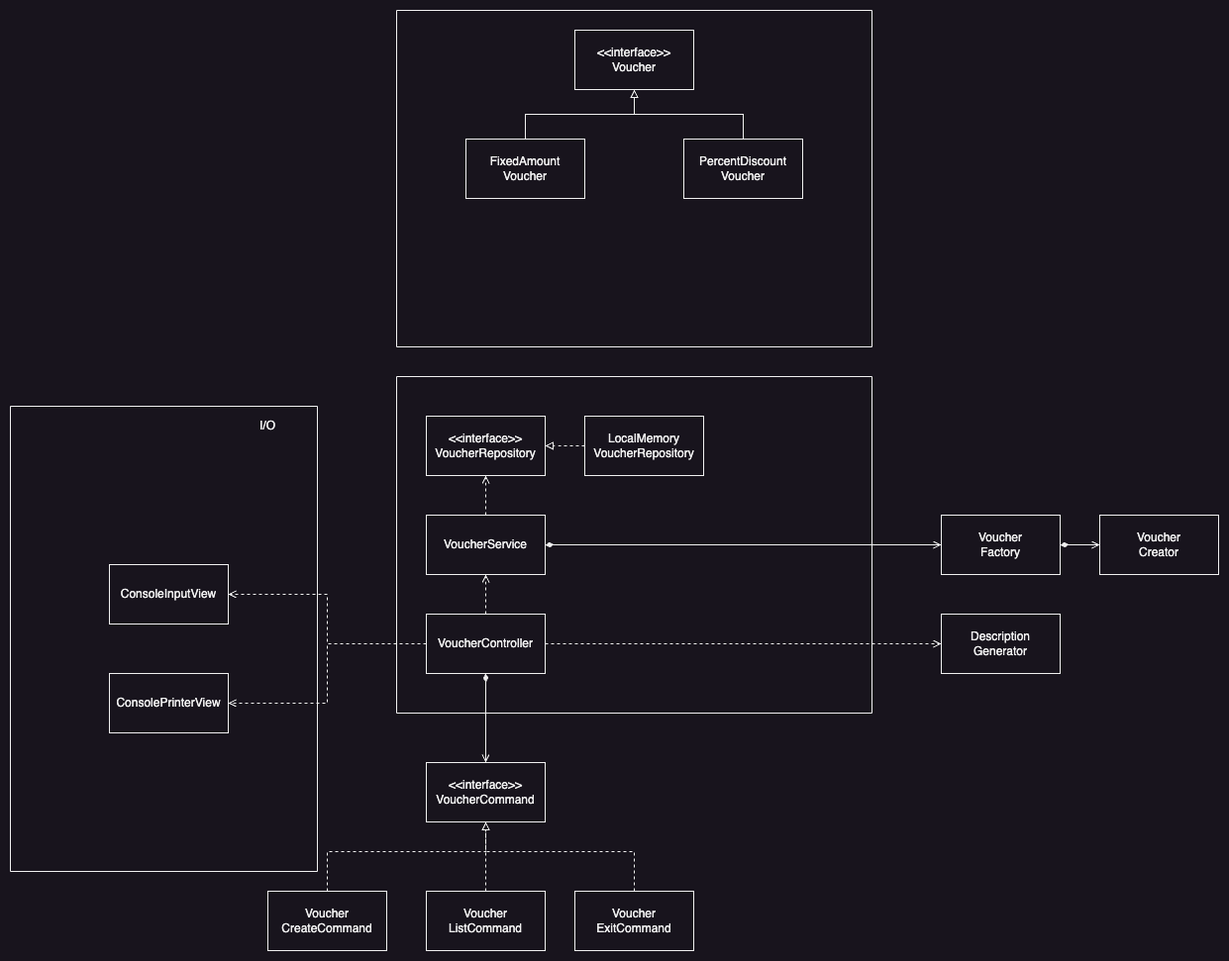
prgrms-be-devcourse/springboot-basic keeps this draw.io diagram as voucher-manager/doc/바우처_관리_설계도.png. Above is the earlier version. Source tidied: cells renumbered, new cells last; positions are measured from the earlier drawing's top-left corner, leaving out a move shared by most shapes.
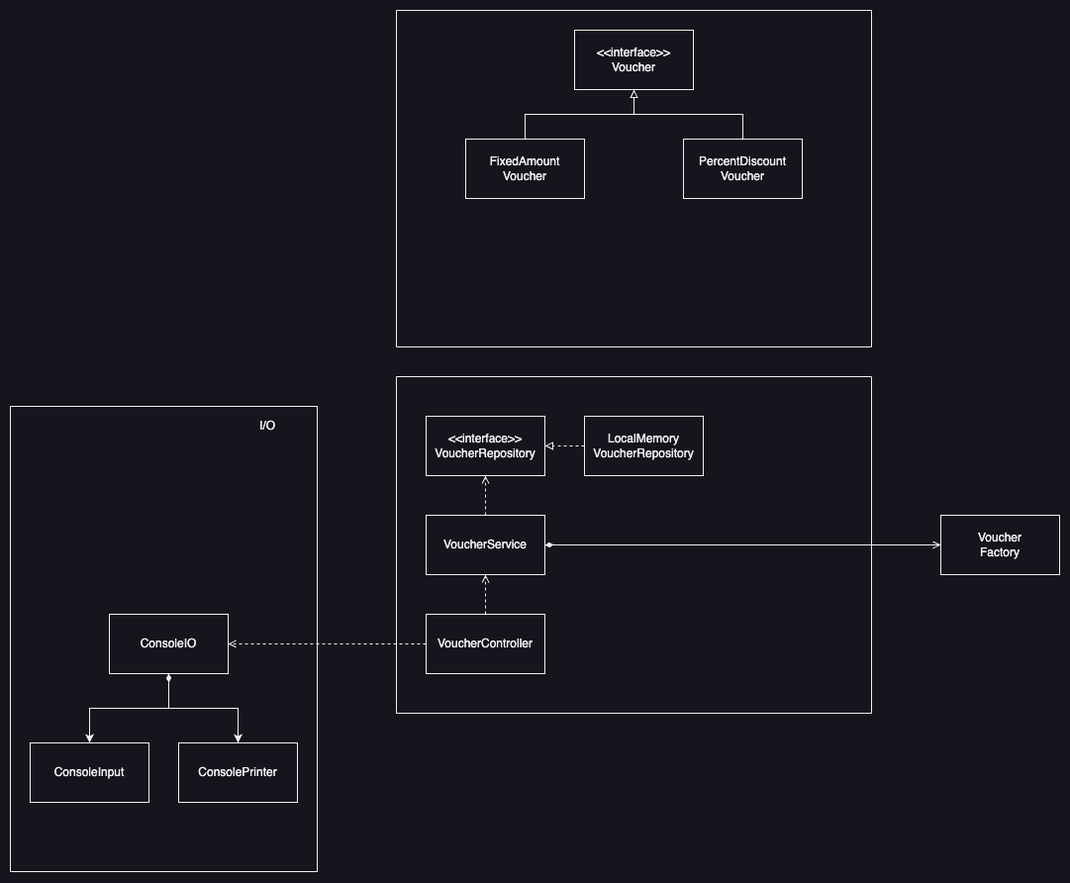
After the change.

Commit message:
doc: 수정된 설계 구조를 설계도에 반영

The edit, as a diff of the source:
```diff
@@ -5,20 +5,9 @@
     <mxCell id="2" style="edgeStyle=orthogonalEdgeStyle;rounded=0;jettySize=auto;html=1;dashed=1;strokeWidth=1;endArrow=open;endFill=0;" parent="1" edge="1" source="7" target="10">
       <mxGeometry relative="1" as="geometry" />
     </mxCell>
-    <mxCell id="3" style="edgeStyle=orthogonalEdgeStyle;rounded=0;jettySize=auto;html=1;startArrow=none;startFill=0;endArrow=open;endFill=0;dashed=1;" parent="1" edge="1" source="7">
-      <mxGeometry relative="1" as="geometry">
-        <mxPoint x="940" y="640" as="targetPoint" />
-      </mxGeometry>
-    </mxCell>
-    <mxCell id="4" style="edgeStyle=orthogonalEdgeStyle;rounded=0;jettySize=auto;html=1;endArrow=open;endFill=0;startArrow=diamondThin;startFill=1;" parent="1" edge="1" source="7" target="34">
-      <mxGeometry relative="1" as="geometry" />
-    </mxCell>
-    <mxCell id="5" style="edgeStyle=orthogonalEdgeStyle;rounded=0;jettySize=auto;html=1;entryX=1;entryY=0.5;entryDx=0;entryDy=0;endArrow=open;endFill=0;dashed=1;" parent="1" edge="1" source="7" target="41">
-      <mxGeometry relative="1" as="geometry" />
-    </mxCell>
-    <mxCell id="6" style="edgeStyle=orthogonalEdgeStyle;rounded=0;jettySize=auto;html=1;entryX=1;entryY=0.5;entryDx=0;entryDy=0;endArrow=open;endFill=0;dashed=1;" parent="1" edge="1" source="7" target="42">
-      <mxGeometry relative="1" as="geometry" />
-    </mxCell>
+    <mxCell id="46" style="edgeStyle=orthogonalEdgeStyle;rounded=0;jettySize=auto;html=1;entryX=1;entryY=0.5;entryDx=0;entryDy=0;endArrow=open;endFill=0;dashed=1;" parent="1" edge="1" source="7" target="49">
+      <mxGeometry relative="1" as="geometry" />
+    </mxCell>
     <mxCell id="7" value="VoucherController" style="rounded=0;whiteSpace=wrap;html=1;" parent="1" vertex="1">
       <mxGeometry x="420" y="610" width="120" height="60" as="geometry" />
     </mxCell>
@@ -134,55 +123,23 @@
     <mxCell id="32" value="LocalMemory&lt;br&gt;VoucherRepository" style="rounded=0;whiteSpace=wrap;html=1;" parent="1" vertex="1">
       <mxGeometry x="580" y="410" width="120" height="60" as="geometry" />
     </mxCell>
-    <mxCell id="33" value="Description&lt;br&gt;Generator" style="rounded=0;whiteSpace=wrap;html=1;" parent="1" vertex="1">
-      <mxGeometry x="940" y="610" width="120" height="60" as="geometry" />
-    </mxCell>
-    <mxCell id="34" value="&amp;lt;&amp;lt;interface&amp;gt;&amp;gt;&lt;br&gt;VoucherCommand" style="rounded=0;whiteSpace=wrap;html=1;" parent="1" vertex="1">
-      <mxGeometry x="420" y="760" width="120" height="60" as="geometry" />
-    </mxCell>
-    <mxCell id="35" style="edgeStyle=orthogonalEdgeStyle;rounded=0;jettySize=auto;html=1;entryX=0.5;entryY=1;entryDx=0;entryDy=0;dashed=1;endArrow=block;endFill=0;" parent="1" edge="1" target="34">
-      <mxGeometry relative="1" as="geometry">
-        <mxPoint x="320" y="920" as="sourcePoint" />
-        <Array as="points">
-          <mxPoint x="320" y="850" />
-          <mxPoint x="480" y="850" />
-        </Array>
-      </mxGeometry>
-    </mxCell>
-    <mxCell id="36" value="Voucher&lt;br&gt;CreateCommand" style="rounded=0;whiteSpace=wrap;html=1;" parent="1" vertex="1">
-      <mxGeometry x="260" y="890" width="120" height="60" as="geometry" />
-    </mxCell>
-    <mxCell id="37" style="edgeStyle=orthogonalEdgeStyle;rounded=0;jettySize=auto;html=1;dashed=1;endArrow=block;endFill=0;" parent="1" edge="1" source="38" target="34">
-      <mxGeometry relative="1" as="geometry" />
-    </mxCell>
-    <mxCell id="38" value="Voucher&lt;br&gt;ListCommand" style="rounded=0;whiteSpace=wrap;html=1;" parent="1" vertex="1">
-      <mxGeometry x="420" y="890" width="120" height="60" as="geometry" />
-    </mxCell>
-    <mxCell id="39" style="edgeStyle=orthogonalEdgeStyle;rounded=0;jettySize=auto;html=1;entryX=0.5;entryY=1;entryDx=0;entryDy=0;dashed=1;endArrow=block;endFill=0;" parent="1" edge="1" source="40" target="34">
-      <mxGeometry relative="1" as="geometry">
-        <Array as="points">
-          <mxPoint x="630" y="850" />
-          <mxPoint x="480" y="850" />
-        </Array>
-      </mxGeometry>
-    </mxCell>
-    <mxCell id="40" value="Voucher&lt;br&gt;ExitCommand" style="rounded=0;whiteSpace=wrap;html=1;" parent="1" vertex="1">
-      <mxGeometry x="570" y="890" width="120" height="60" as="geometry" />
-    </mxCell>
-    <mxCell id="41" value="ConsoleInputView" style="rounded=0;whiteSpace=wrap;html=1;" parent="1" vertex="1">
-      <mxGeometry x="100" y="560" width="120" height="60" as="geometry" />
+    <mxCell id="41" value="ConsoleInput" style="rounded=0;whiteSpace=wrap;html=1;" parent="1" vertex="1">
+      <mxGeometry x="20" y="740" width="120" height="60" as="geometry" />
     </mxCell>
-    <mxCell id="42" value="ConsolePrinterView" style="rounded=0;whiteSpace=wrap;html=1;" parent="1" vertex="1">
-      <mxGeometry x="100" y="670" width="120" height="60" as="geometry" />
+    <mxCell id="42" value="ConsolePrinter" style="rounded=0;whiteSpace=wrap;html=1;" parent="1" vertex="1">
+      <mxGeometry x="170" y="740" width="120" height="60" as="geometry" />
     </mxCell>
-    <mxCell id="43" style="edgeStyle=orthogonalEdgeStyle;rounded=0;jettySize=auto;html=1;endArrow=open;endFill=0;startArrow=diamondThin;startFill=1;" parent="1" edge="1" source="44" target="45">
-      <mxGeometry relative="1" as="geometry" />
-    </mxCell>
     <mxCell id="44" value="Voucher&lt;br&gt;Factory" style="rounded=0;whiteSpace=wrap;html=1;" parent="1" vertex="1">
       <mxGeometry x="940" y="510" width="120" height="60" as="geometry" />
     </mxCell>
-    <mxCell id="45" value="Voucher&lt;br&gt;Creator" style="rounded=0;whiteSpace=wrap;html=1;" parent="1" vertex="1">
-      <mxGeometry x="1100" y="510" width="120" height="60" as="geometry" />
-    </mxCell>
+    <mxCell id="47" style="edgeStyle=orthogonalEdgeStyle;rounded=0;jettySize=auto;html=1;startArrow=diamondThin;startFill=1;" parent="1" edge="1" source="49" target="42">
+      <mxGeometry relative="1" as="geometry" />
+    </mxCell>
+    <mxCell id="48" style="edgeStyle=orthogonalEdgeStyle;rounded=0;jettySize=auto;html=1;startArrow=diamondThin;startFill=1;" parent="1" edge="1" source="49" target="41">
+      <mxGeometry relative="1" as="geometry" />
+    </mxCell>
+    <mxCell id="49" value="ConsoleIO" style="rounded=0;whiteSpace=wrap;html=1;" parent="1" vertex="1">
+      <mxGeometry x="100" y="610" width="120" height="60" as="geometry" />
+    </mxCell>
   </root>
 </mxGraphModel>
```
